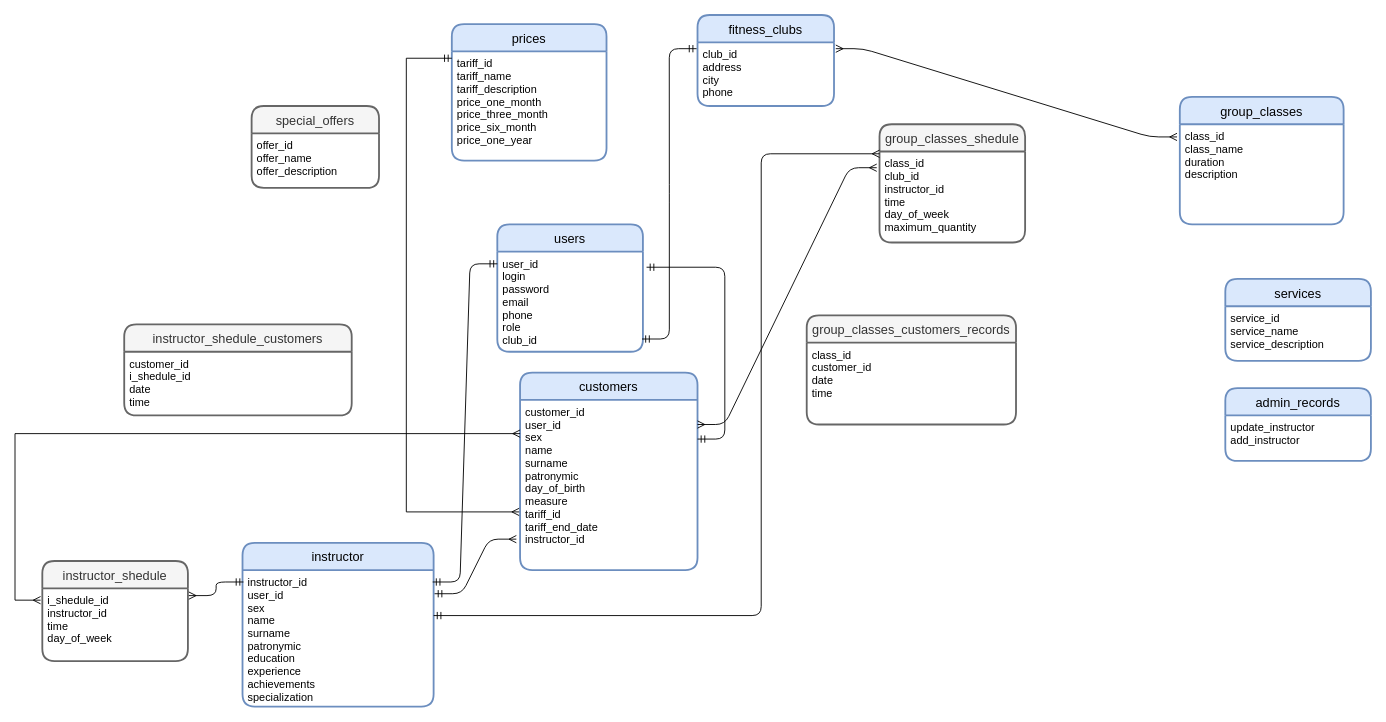
The draw.io diagram course_project_new.drawio in LyubaxaPro/database_course_project, before the edit. Source tidied: cells renumbered, new cells numbered last; positions are measured from the earlier drawing's top-left corner, leaving out a move shared by most shapes. Both pictures are drawn from the tidied source at 91%, with x=0, y=0 at pixel (15, 15).
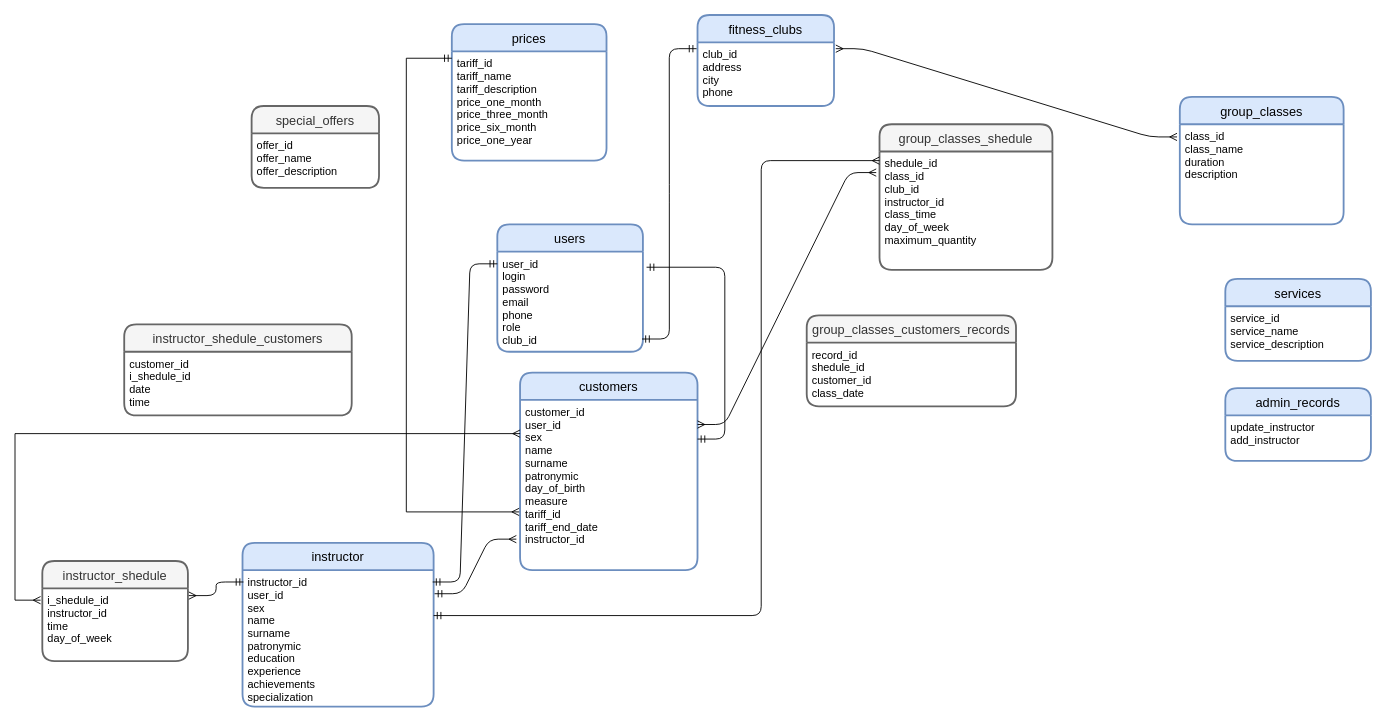
The same page after the edit.

What changed in the source:
```diff
@@
     <mxCell id="20" value="group_classes_shedule" style="swimlane;horizontal=1;startSize=30;rounded=1;fontSize=14;fontStyle=0;strokeWidth=2;shadow=0;dashed=0;align=center;fillColor=#f5f5f5;strokeColor=#666666;fontColor=#333333;" parent="1" vertex="1">
-      <mxGeometry x="950" y="120" width="160" height="130" as="geometry" />
+      <mxGeometry x="950" y="120" width="190" height="160" as="geometry" />
     </mxCell>
-    <mxCell id="21" value="class_id&#10;club_id&#10;instructor_id&#10;time&#10;day_of_week&#10;maximum_quantity" style="align=left;strokeColor=none;fillColor=none;spacingLeft=4;fontSize=12;verticalAlign=top;" parent="20" vertex="1">
-      <mxGeometry y="30" width="160" height="100" as="geometry" />
+    <mxCell id="21" value="shedule_id&#10;class_id&#10;club_id&#10;instructor_id&#10;class_time&#10;day_of_week&#10;maximum_quantity" style="align=left;strokeColor=none;fillColor=none;spacingLeft=4;fontSize=12;verticalAlign=top;" parent="20" vertex="1">
+      <mxGeometry y="30" width="190" height="130" as="geometry" />
     </mxCell>
@@
     <mxCell id="32" value="group_classes_customers_records" style="swimlane;horizontal=1;startSize=30;rounded=1;fontSize=14;fontStyle=0;strokeWidth=2;shadow=0;dashed=0;align=center;fillColor=#f5f5f5;strokeColor=#666666;fontColor=#333333;" parent="1" vertex="1">
-      <mxGeometry x="870" y="330" width="230" height="120" as="geometry" />
+      <mxGeometry x="870" y="330" width="230" height="100" as="geometry" />
     </mxCell>
-    <mxCell id="33" value="class_id&#10;customer_id&#10;date&#10;time" style="align=left;strokeColor=none;fillColor=none;spacingLeft=4;fontSize=12;verticalAlign=top;" parent="32" vertex="1">
-      <mxGeometry y="30" width="230" height="90" as="geometry" />
+    <mxCell id="33" value="record_id&#10;shedule_id&#10;customer_id&#10;class_date" style="align=left;strokeColor=none;fillColor=none;spacingLeft=4;fontSize=12;verticalAlign=top;" parent="32" vertex="1">
+      <mxGeometry y="30" width="230" height="70" as="geometry" />
     </mxCell>
```
